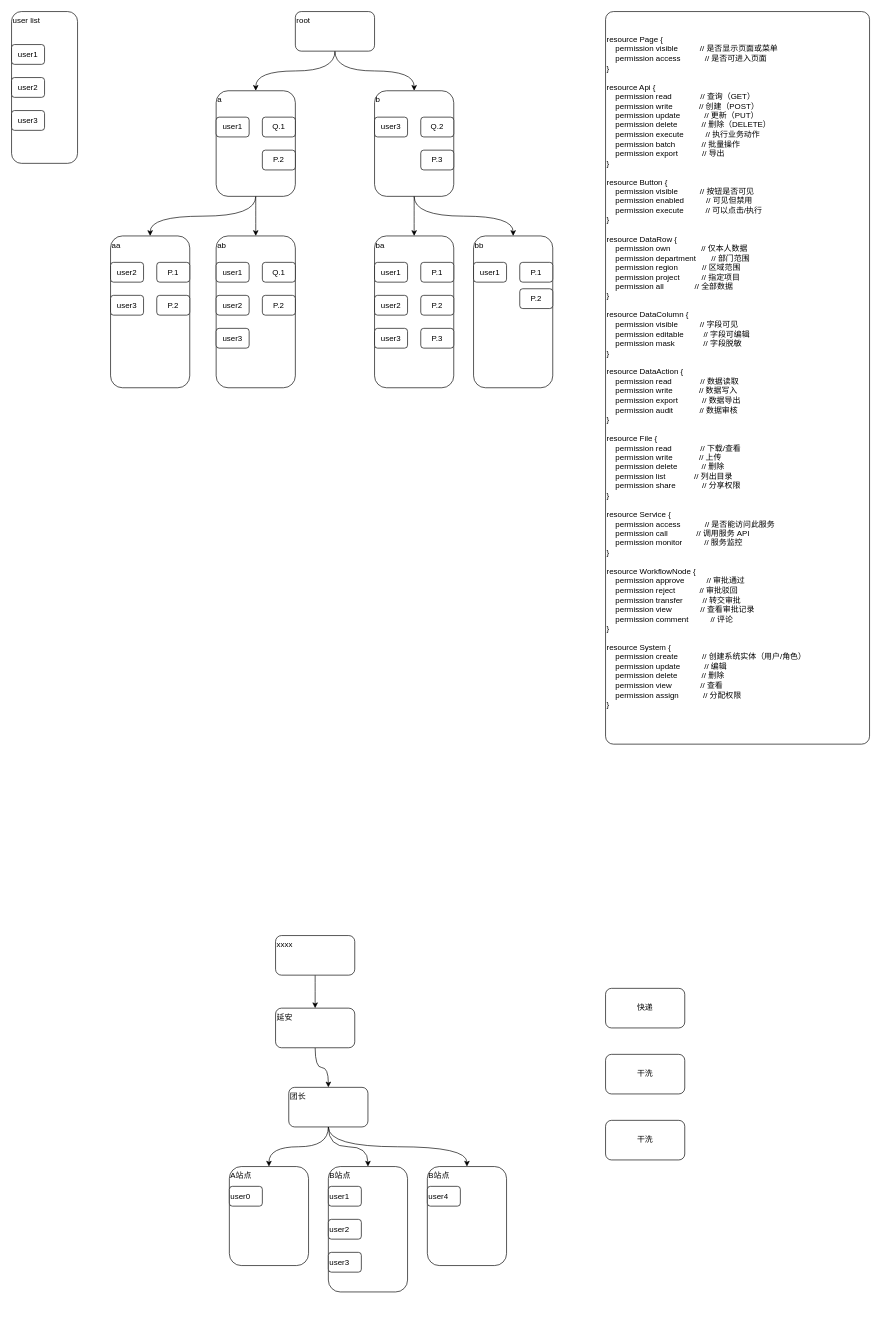
Earlier version of the draw.io diagram permission.drawio (xyfll7/xyfll7.github.io). Source tidied: cells renumbered, new cells numbered last; positions are measured from the earlier drawing's top-left corner, leaving out a move shared by most shapes. Both pictures are drawn from the tidied source at 66%, with x=0, y=0 at pixel (11, 11).
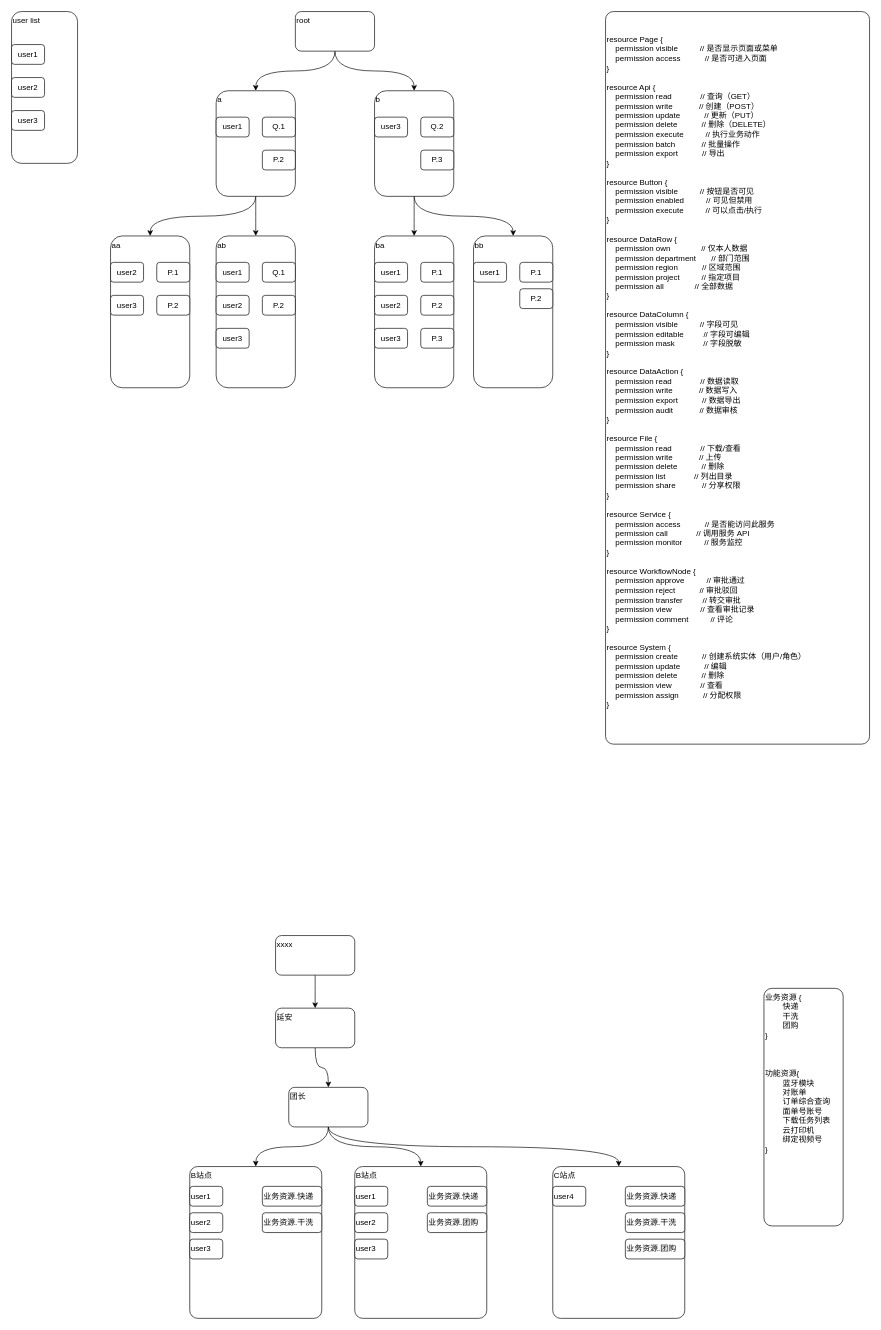
After the change.

The change refers to these unchanged cells:
```xml
<mxCell id="51" value="团长" style="rounded=1;whiteSpace=wrap;html=1;align=left;verticalAlign=top;" parent="1" vertex="1">
  <mxGeometry x="420" y="1630" width="120" height="60" as="geometry" />
</mxCell>
```

Change to the diagram source:
```diff
@@
-    <mxCell id="48" style="edgeStyle=orthogonalEdgeStyle;curved=1;rounded=0;jettySize=auto;html=1;exitX=0.5;exitY=1;exitDx=0;exitDy=0;align=left;verticalAlign=top;" parent="1" edge="1" source="51" target="55">
+    <mxCell id="48" style="edgeStyle=orthogonalEdgeStyle;curved=1;rounded=0;jettySize=auto;html=1;exitX=0.5;exitY=1;exitDx=0;exitDy=0;align=left;verticalAlign=top;entryX=0.5;entryY=0;entryDx=0;entryDy=0;" parent="1" edge="1" source="51" target="66">
       <mxGeometry relative="1" as="geometry" />
     </mxCell>
@@
-    <mxCell id="50" style="edgeStyle=orthogonalEdgeStyle;curved=1;rounded=0;jettySize=auto;html=1;exitX=0.5;exitY=1;exitDx=0;exitDy=0;entryX=0.5;entryY=0;entryDx=0;entryDy=0;align=left;verticalAlign=top;" parent="1" edge="1" source="51" target="56">
+    <mxCell id="50" style="edgeStyle=orthogonalEdgeStyle;curved=1;rounded=0;jettySize=auto;html=1;exitX=0.5;exitY=1;exitDx=0;exitDy=0;align=left;verticalAlign=top;" parent="1" edge="1" source="51" target="72">
       <mxGeometry relative="1" as="geometry" />
     </mxCell>
@@
-    <mxCell id="52" value="快递" style="rounded=1;whiteSpace=wrap;html=1;" parent="1" vertex="1">
-      <mxGeometry x="900" y="1480" width="120" height="60" as="geometry" />
+    <mxCell id="52" value="业务资源 {&lt;div&gt;&lt;span style=&quot;white-space: pre;&quot;&gt;&#9;&lt;/span&gt;快递&lt;br&gt;&lt;/div&gt;&lt;div&gt;&lt;span style=&quot;white-space: pre;&quot;&gt;&#9;&lt;/span&gt;干洗&lt;br&gt;&lt;/div&gt;&lt;div&gt;&lt;span style=&quot;white-space: pre;&quot;&gt;&#9;&lt;/span&gt;团购&lt;br&gt;&lt;/div&gt;&lt;div&gt;}&lt;br&gt;&lt;br&gt;&lt;br&gt;&lt;br&gt;功能资源{&lt;/div&gt;&lt;div&gt;&lt;span style=&quot;white-space: pre;&quot;&gt;&#9;&lt;/span&gt;蓝牙模块&lt;br&gt;&lt;span style=&quot;white-space: pre;&quot;&gt;&#9;&lt;/span&gt;对账单&lt;br&gt;&lt;span style=&quot;white-space: pre;&quot;&gt;&#9;&lt;/span&gt;订单综合查询&lt;br&gt;&lt;/div&gt;&lt;div&gt;&lt;span style=&quot;white-space: pre;&quot;&gt;&#9;&lt;/span&gt;面单号账号&lt;br&gt;&lt;/div&gt;&lt;div&gt;&lt;span style=&quot;white-space: pre;&quot;&gt;&#9;&lt;/span&gt;下载任务列表&lt;br&gt;&lt;/div&gt;&lt;div&gt;&lt;span style=&quot;white-space: pre;&quot;&gt;&#9;&lt;/span&gt;云打印机&lt;br&gt;&lt;/div&gt;&lt;div&gt;&lt;span style=&quot;white-space: pre;&quot;&gt;&#9;&lt;/span&gt;绑定视频号&lt;br&gt;&lt;/div&gt;&lt;div&gt;}&lt;/div&gt;" style="rounded=1;whiteSpace=wrap;html=1;align=left;verticalAlign=top;arcSize=10;" parent="1" vertex="1">
+      <mxGeometry x="1140" y="1480" width="120" height="360" as="geometry" />
     </mxCell>
-    <mxCell id="53" value="干洗" style="rounded=1;whiteSpace=wrap;html=1;" parent="1" vertex="1">
-      <mxGeometry x="900" y="1580" width="120" height="60" as="geometry" />
-    </mxCell>
-    <mxCell id="54" value="干洗" style="rounded=1;whiteSpace=wrap;html=1;" parent="1" vertex="1">
-      <mxGeometry x="900" y="1680" width="120" height="60" as="geometry" />
-    </mxCell>
-    <mxCell id="55" value="B站点" style="rounded=1;whiteSpace=wrap;html=1;align=left;verticalAlign=top;" parent="1" vertex="1">
-      <mxGeometry x="480" y="1750" width="120" height="190" as="geometry" />
-    </mxCell>
-    <mxCell id="56" value="A站点" style="rounded=1;whiteSpace=wrap;html=1;align=left;verticalAlign=top;" parent="1" vertex="1">
-      <mxGeometry x="330" y="1750" width="120" height="150" as="geometry" />
-    </mxCell>
-    <mxCell id="57" value="B站点" style="rounded=1;whiteSpace=wrap;html=1;align=left;verticalAlign=top;" parent="1" vertex="1">
-      <mxGeometry x="630" y="1750" width="120" height="150" as="geometry" />
+    <mxCell id="57" value="C站点" style="rounded=1;whiteSpace=wrap;html=1;align=left;verticalAlign=top;arcSize=6;" parent="1" vertex="1">
+      <mxGeometry x="820" y="1750" width="200" height="230" as="geometry" />
     </mxCell>
-    <mxCell id="58" value="user1" style="rounded=1;whiteSpace=wrap;html=1;align=left;" parent="1" vertex="1">
-      <mxGeometry x="480" y="1780" width="50" height="30" as="geometry" />
-    </mxCell>
-    <mxCell id="59" value="user2" style="rounded=1;whiteSpace=wrap;html=1;align=left;" parent="1" vertex="1">
-      <mxGeometry x="480" y="1830" width="50" height="30" as="geometry" />
-    </mxCell>
-    <mxCell id="60" value="user3" style="rounded=1;whiteSpace=wrap;html=1;align=left;" parent="1" vertex="1">
-      <mxGeometry x="480" y="1880" width="50" height="30" as="geometry" />
-    </mxCell>
-    <mxCell id="61" value="user0" style="rounded=1;whiteSpace=wrap;html=1;align=left;" parent="1" vertex="1">
-      <mxGeometry x="330" y="1780" width="50" height="30" as="geometry" />
-    </mxCell>
     <mxCell id="62" value="user4" style="rounded=1;whiteSpace=wrap;html=1;align=left;" parent="1" vertex="1">
-      <mxGeometry x="630" y="1780" width="50" height="30" as="geometry" />
+      <mxGeometry x="820" y="1780" width="50" height="30" as="geometry" />
     </mxCell>
+    <mxCell id="63" value="业务资源.快递" style="rounded=1;whiteSpace=wrap;html=1;align=left;" parent="1" vertex="1">
+      <mxGeometry x="930" y="1780" width="90" height="30" as="geometry" />
+    </mxCell>
+    <mxCell id="64" value="业务资源.干洗" style="rounded=1;whiteSpace=wrap;html=1;align=left;" parent="1" vertex="1">
+      <mxGeometry x="930" y="1820" width="90" height="30" as="geometry" />
+    </mxCell>
+    <mxCell id="65" value="业务资源.团购" style="rounded=1;whiteSpace=wrap;html=1;align=left;" parent="1" vertex="1">
+      <mxGeometry x="930" y="1860" width="90" height="30" as="geometry" />
+    </mxCell>
+    <mxCell id="66" value="B站点" style="rounded=1;whiteSpace=wrap;html=1;align=left;verticalAlign=top;arcSize=6;" parent="1" vertex="1">
+      <mxGeometry x="520" y="1750" width="200" height="230" as="geometry" />
+    </mxCell>
+    <mxCell id="67" value="user1" style="rounded=1;whiteSpace=wrap;html=1;align=left;" parent="1" vertex="1">
+      <mxGeometry x="520" y="1780" width="50" height="30" as="geometry" />
+    </mxCell>
+    <mxCell id="68" value="业务资源.快递" style="rounded=1;whiteSpace=wrap;html=1;align=left;" parent="1" vertex="1">
+      <mxGeometry x="630" y="1780" width="90" height="30" as="geometry" />
+    </mxCell>
+    <mxCell id="69" value="业务资源.团购" style="rounded=1;whiteSpace=wrap;html=1;align=left;" parent="1" vertex="1">
+      <mxGeometry x="630" y="1820" width="90" height="30" as="geometry" />
+    </mxCell>
+    <mxCell id="70" value="user2" style="rounded=1;whiteSpace=wrap;html=1;align=left;" parent="1" vertex="1">
+      <mxGeometry x="520" y="1820" width="50" height="30" as="geometry" />
+    </mxCell>
+    <mxCell id="71" value="user3" style="rounded=1;whiteSpace=wrap;html=1;align=left;" parent="1" vertex="1">
+      <mxGeometry x="520" y="1860" width="50" height="30" as="geometry" />
+    </mxCell>
+    <mxCell id="72" value="B站点" style="rounded=1;whiteSpace=wrap;html=1;align=left;verticalAlign=top;arcSize=6;" parent="1" vertex="1">
+      <mxGeometry x="270" y="1750" width="200" height="230" as="geometry" />
+    </mxCell>
+    <mxCell id="73" value="user1" style="rounded=1;whiteSpace=wrap;html=1;align=left;" parent="1" vertex="1">
+      <mxGeometry x="270" y="1780" width="50" height="30" as="geometry" />
+    </mxCell>
+    <mxCell id="74" value="业务资源.快递" style="rounded=1;whiteSpace=wrap;html=1;align=left;" parent="1" vertex="1">
+      <mxGeometry x="380" y="1780" width="90" height="30" as="geometry" />
+    </mxCell>
+    <mxCell id="75" value="业务资源.干洗" style="rounded=1;whiteSpace=wrap;html=1;align=left;" parent="1" vertex="1">
+      <mxGeometry x="380" y="1820" width="90" height="30" as="geometry" />
+    </mxCell>
+    <mxCell id="76" value="user2" style="rounded=1;whiteSpace=wrap;html=1;align=left;" parent="1" vertex="1">
+      <mxGeometry x="270" y="1820" width="50" height="30" as="geometry" />
+    </mxCell>
+    <mxCell id="77" value="user3" style="rounded=1;whiteSpace=wrap;html=1;align=left;" parent="1" vertex="1">
+      <mxGeometry x="270" y="1860" width="50" height="30" as="geometry" />
+    </mxCell>
```
